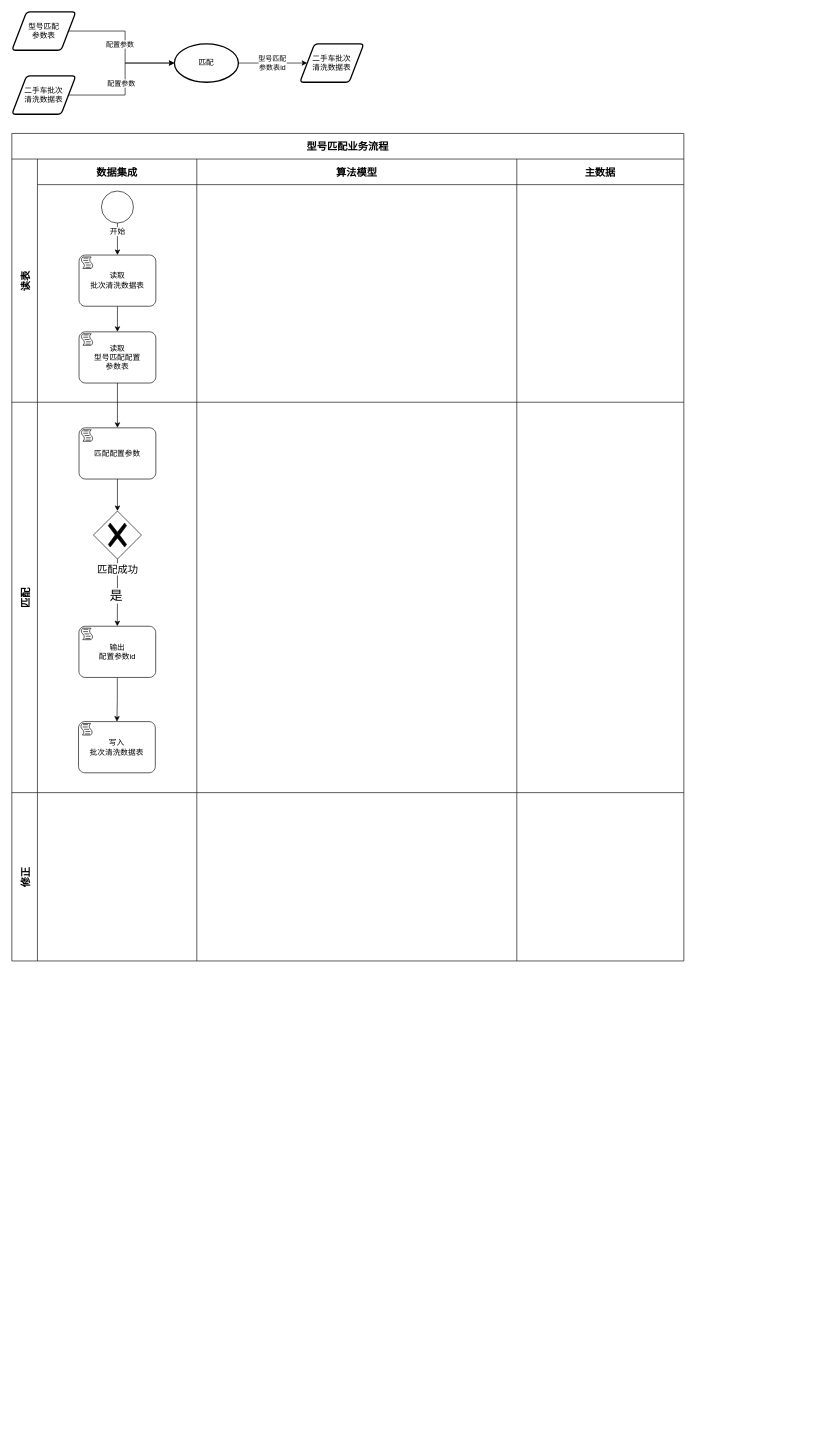
Before: 型号匹配流程优化.drawio in wangzijia122/drawio_repository, a draw.io diagram. Source tidied: cells renumbered, new cells numbered last; positions are measured from the earlier drawing's top-left corner, leaving out a move shared by most shapes. Both pictures are drawn from the tidied source at 64%, with x=0, y=0 at pixel (12, 12).
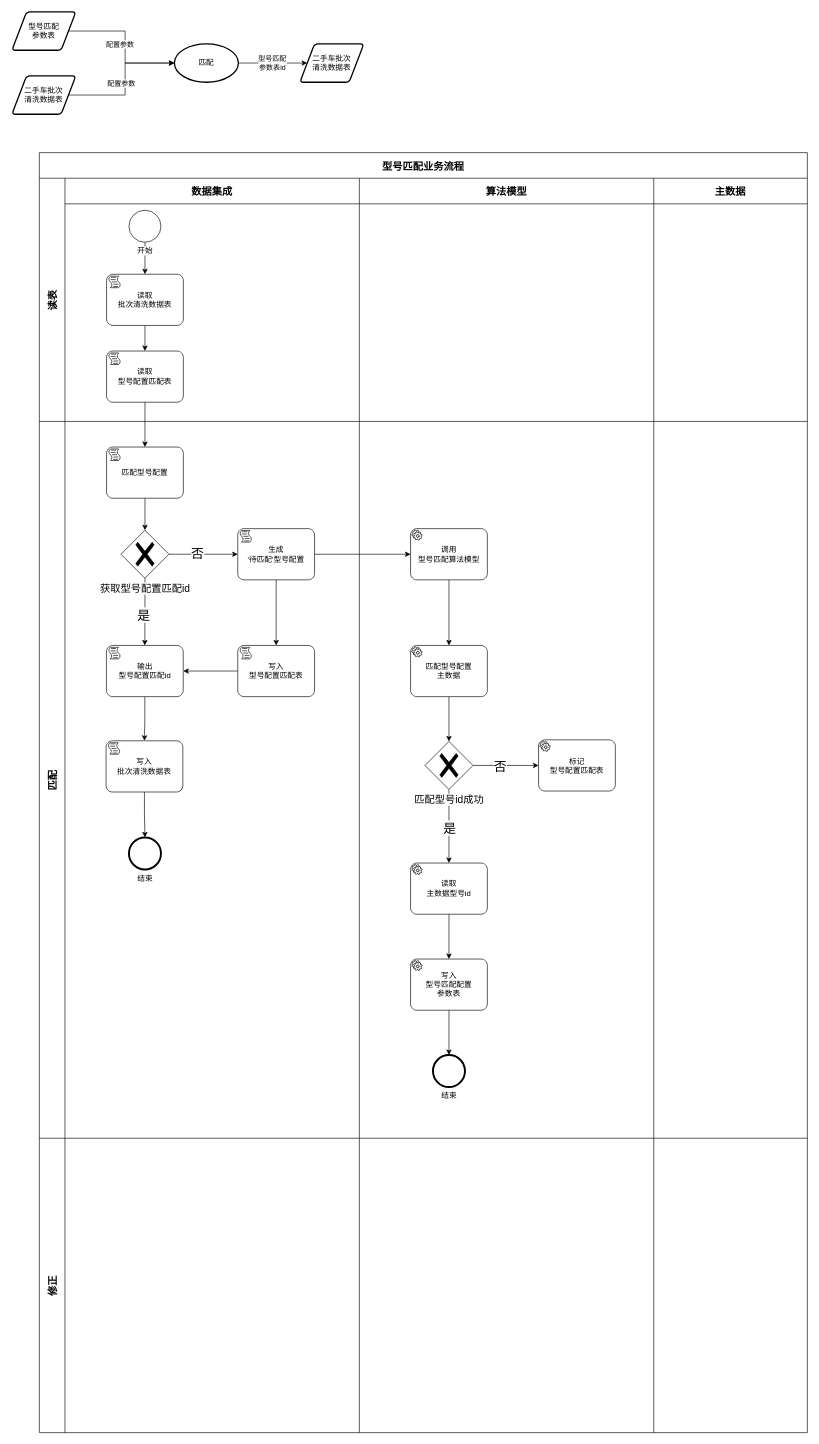
After the change.

Commit message (it also covers changes not shown here):
更新型号匹配流程优化.drawio

Unchanged cells that the change refers to:
```xml
<mxCell id="34" value="写入&lt;br&gt;批次清洗数据表" style="points=[[0.25,0,0],[0.5,0,0],[0.75,0,0],[1,0.25,0],[1,0.5,0],[1,0.75,0],[0.75,1,0],[0.5,1,0],[0.25,1,0],[0,0.75,0],[0,0.5,0],[0,0.25,0]];shape=mxgraph.bpmn.task;whiteSpace=wrap;rectStyle=rounded;size=10;html=1;taskMarker=script;" parent="23" vertex="1">
  <mxGeometry x="64.2" y="499" width="120" height="80" as="geometry" />
</mxCell>
```

What changed in the source:
```diff
@@
     <mxCell id="12" value="型号匹配业务流程" style="shape=table;childLayout=tableLayout;startSize=40;fontSize=16;fontStyle=1;" parent="1" vertex="1">
-      <mxGeometry y="190" width="1050" height="1293" as="geometry" />
+      <mxGeometry x="43" y="220" width="1200" height="2000" as="geometry" />
     </mxCell>
     <mxCell id="13" value="读表" style="shape=tableRow;horizontal=0;swimlaneHead=0;swimlaneBody=0;top=0;left=0;strokeColor=inherit;bottom=0;right=0;fontStyle=1;fillColor=none;startSize=40;fontSize=16;" parent="12" vertex="1">
-      <mxGeometry y="40" width="1050" height="380" as="geometry" />
+      <mxGeometry y="40" width="1200" height="380" as="geometry" />
     </mxCell>
     <mxCell id="14" value="数据集成" style="swimlane;swimlaneHead=0;swimlaneBody=0;fontStyle=1;strokeColor=inherit;fillColor=none;startSize=40;fontSize=16;" parent="13" vertex="1">
-      <mxGeometry x="40" width="249" height="380" as="geometry" />
+      <mxGeometry x="40" width="460" height="380" as="geometry" />
     </mxCell>
@@
-    <mxCell id="19" value="读取&lt;br&gt;型号匹配配置&lt;br&gt;参数表" style="points=[[0.25,0,0],[0.5,0,0],[0.75,0,0],[1,0.25,0],[1,0.5,0],[1,0.75,0],[0.75,1,0],[0.5,1,0],[0.25,1,0],[0,0.75,0],[0,0.5,0],[0,0.25,0]];shape=mxgraph.bpmn.task;whiteSpace=wrap;rectStyle=rounded;size=10;html=1;taskMarker=script;" parent="14" vertex="1">
+    <mxCell id="19" value="读取&lt;br&gt;型号配置匹配表" style="points=[[0.25,0,0],[0.5,0,0],[0.75,0,0],[1,0.25,0],[1,0.5,0],[1,0.75,0],[0.75,1,0],[0.5,1,0],[0.25,1,0],[0,0.75,0],[0,0.5,0],[0,0.25,0]];shape=mxgraph.bpmn.task;whiteSpace=wrap;rectStyle=rounded;size=10;html=1;taskMarker=script;" parent="14" vertex="1">
       <mxGeometry x="65" y="270" width="120" height="80" as="geometry" />
     </mxCell>
     <mxCell id="20" value="算法模型" style="swimlane;swimlaneHead=0;swimlaneBody=0;fontStyle=1;strokeColor=inherit;fillColor=none;startSize=40;fontSize=16;" parent="13" vertex="1">
-      <mxGeometry x="289" width="500" height="380" as="geometry" />
+      <mxGeometry x="500" width="460" height="380" as="geometry" />
     </mxCell>
     <mxCell id="21" value="主数据" style="swimlane;swimlaneHead=0;swimlaneBody=0;fontStyle=1;strokeColor=inherit;fillColor=none;startSize=40;fontSize=16;" parent="13" vertex="1">
-      <mxGeometry x="789" width="261" height="380" as="geometry" />
+      <mxGeometry x="960" width="240" height="380" as="geometry" />
     </mxCell>
     <mxCell id="22" value="匹配" style="shape=tableRow;horizontal=0;swimlaneHead=0;swimlaneBody=0;top=0;left=0;strokeColor=inherit;bottom=0;right=0;fontStyle=1;fillColor=none;startSize=40;fontSize=16;" parent="12" vertex="1">
-      <mxGeometry y="420" width="1050" height="610" as="geometry" />
+      <mxGeometry y="420" width="1200" height="1120" as="geometry" />
     </mxCell>
     <mxCell id="23" style="swimlane;swimlaneHead=0;swimlaneBody=0;fontStyle=1;strokeColor=inherit;fillColor=none;startSize=0;fontSize=16;" parent="22" vertex="1">
-      <mxGeometry x="40" width="249" height="610" as="geometry" />
+      <mxGeometry x="40" width="460" height="1120" as="geometry" />
     </mxCell>
@@
-    <mxCell id="25" value="匹配配置参数" style="points=[[0.25,0,0],[0.5,0,0],[0.75,0,0],[1,0.25,0],[1,0.5,0],[1,0.75,0],[0.75,1,0],[0.5,1,0],[0.25,1,0],[0,0.75,0],[0,0.5,0],[0,0.25,0]];shape=mxgraph.bpmn.task;whiteSpace=wrap;rectStyle=rounded;size=10;html=1;taskMarker=script;" parent="23" vertex="1">
+    <mxCell id="25" value="匹配型号配置" style="points=[[0.25,0,0],[0.5,0,0],[0.75,0,0],[1,0.25,0],[1,0.5,0],[1,0.75,0],[0.75,1,0],[0.5,1,0],[0.25,1,0],[0,0.75,0],[0,0.5,0],[0,0.25,0]];shape=mxgraph.bpmn.task;whiteSpace=wrap;rectStyle=rounded;size=10;html=1;taskMarker=script;" parent="23" vertex="1">
       <mxGeometry x="65" y="40" width="120" height="80" as="geometry" />
     </mxCell>
@@
-    <mxCell id="31" value="匹配成功" style="points=[[0.25,0.25,0],[0.5,0,0],[0.75,0.25,0],[1,0.5,0],[0.75,0.75,0],[0.5,1,0],[0.25,0.75,0],[0,0.5,0]];shape=mxgraph.bpmn.gateway2;html=1;verticalLabelPosition=bottom;labelBackgroundColor=#ffffff;verticalAlign=top;align=center;perimeter=rhombusPerimeter;outlineConnect=0;outline=none;symbol=none;gwType=exclusive;fontSize=16;" parent="23" vertex="1">
+    <mxCell id="31" value="获取型号配置匹配id" style="points=[[0.25,0.25,0],[0.5,0,0],[0.75,0.25,0],[1,0.5,0],[0.75,0.75,0],[0.5,1,0],[0.25,0.75,0],[0,0.5,0]];shape=mxgraph.bpmn.gateway2;html=1;verticalLabelPosition=bottom;labelBackgroundColor=#ffffff;verticalAlign=top;align=center;perimeter=rhombusPerimeter;outlineConnect=0;outline=none;symbol=none;gwType=exclusive;fontSize=16;" parent="23" vertex="1">
       <mxGeometry x="87.5" y="170" width="75" height="75" as="geometry" />
     </mxCell>
@@
-    <mxCell id="33" value="输出&lt;br&gt;配置参数id" style="points=[[0.25,0,0],[0.5,0,0],[0.75,0,0],[1,0.25,0],[1,0.5,0],[1,0.75,0],[0.75,1,0],[0.5,1,0],[0.25,1,0],[0,0.75,0],[0,0.5,0],[0,0.25,0]];shape=mxgraph.bpmn.task;whiteSpace=wrap;rectStyle=rounded;size=10;html=1;taskMarker=script;" parent="23" vertex="1">
+    <mxCell id="33" value="输出&lt;br&gt;型号配置匹配id" style="points=[[0.25,0,0],[0.5,0,0],[0.75,0,0],[1,0.25,0],[1,0.5,0],[1,0.75,0],[0.75,1,0],[0.5,1,0],[0.25,1,0],[0,0.75,0],[0,0.5,0],[0,0.25,0]];shape=mxgraph.bpmn.task;whiteSpace=wrap;rectStyle=rounded;size=10;html=1;taskMarker=script;" parent="23" vertex="1">
       <mxGeometry x="64.8" y="350" width="120" height="80" as="geometry" />
     </mxCell>
+    <mxCell id="42" style="edgeStyle=orthogonalEdgeStyle;rounded=0;jettySize=auto;html=1;exitX=0.5;exitY=1;exitDx=0;exitDy=0;exitPerimeter=0;" parent="23" edge="1" source="34" target="43">
+      <mxGeometry relative="1" as="geometry" />
+    </mxCell>
@@
+    <mxCell id="43" value="结束" style="points=[[0.145,0.145,0],[0.5,0,0],[0.855,0.145,0],[1,0.5,0],[0.855,0.855,0],[0.5,1,0],[0.145,0.855,0],[0,0.5,0]];shape=mxgraph.bpmn.event;html=1;verticalLabelPosition=bottom;labelBackgroundColor=#ffffff;verticalAlign=top;align=center;perimeter=ellipsePerimeter;outlineConnect=0;outline=end;symbol=terminate2;" parent="23" vertex="1">
+      <mxGeometry x="100" y="650" width="50" height="50" as="geometry" />
+    </mxCell>
+    <mxCell id="44" style="edgeStyle=orthogonalEdgeStyle;rounded=0;jettySize=auto;html=1;exitX=0.5;exitY=1;exitDx=0;exitDy=0;exitPerimeter=0;" parent="23" edge="1" source="45" target="49">
+      <mxGeometry relative="1" as="geometry" />
+    </mxCell>
+    <mxCell id="45" value="生成&lt;br&gt;'待匹配'型号配置" style="points=[[0.25,0,0],[0.5,0,0],[0.75,0,0],[1,0.25,0],[1,0.5,0],[1,0.75,0],[0.75,1,0],[0.5,1,0],[0.25,1,0],[0,0.75,0],[0,0.5,0],[0,0.25,0]];shape=mxgraph.bpmn.task;whiteSpace=wrap;rectStyle=rounded;size=10;html=1;taskMarker=script;" parent="23" vertex="1">
+      <mxGeometry x="270" y="167.5" width="120" height="80" as="geometry" />
+    </mxCell>
+    <mxCell id="46" style="edgeStyle=orthogonalEdgeStyle;rounded=0;jettySize=auto;html=1;exitX=1;exitY=0.5;exitDx=0;exitDy=0;exitPerimeter=0;entryX=0;entryY=0.5;entryDx=0;entryDy=0;entryPerimeter=0;" parent="23" edge="1" source="31" target="45">
+      <mxGeometry relative="1" as="geometry" />
+    </mxCell>
+    <mxCell id="47" value="否" style="edgeLabel;html=1;align=center;verticalAlign=middle;fontSize=20;" parent="46" vertex="1">
+      <mxGeometry x="-0.19" y="2" relative="1" as="geometry" />
+    </mxCell>
+    <mxCell id="48" style="edgeStyle=orthogonalEdgeStyle;rounded=0;jettySize=auto;html=1;exitX=0;exitY=0.5;exitDx=0;exitDy=0;exitPerimeter=0;" parent="23" edge="1" source="49" target="33">
+      <mxGeometry relative="1" as="geometry" />
+    </mxCell>
+    <mxCell id="49" value="写入&lt;br&gt;型号配置匹配表" style="points=[[0.25,0,0],[0.5,0,0],[0.75,0,0],[1,0.25,0],[1,0.5,0],[1,0.75,0],[0.75,1,0],[0.5,1,0],[0.25,1,0],[0,0.75,0],[0,0.5,0],[0,0.25,0]];shape=mxgraph.bpmn.task;whiteSpace=wrap;rectStyle=rounded;size=10;html=1;taskMarker=script;" parent="23" vertex="1">
+      <mxGeometry x="270" y="350" width="120" height="80" as="geometry" />
+    </mxCell>
     <mxCell id="35" style="swimlane;swimlaneHead=0;swimlaneBody=0;fontStyle=1;strokeColor=inherit;fillColor=none;startSize=0;fontSize=16;" parent="22" vertex="1">
-      <mxGeometry x="289" width="500" height="610" as="geometry" />
+      <mxGeometry x="500" width="460" height="1120" as="geometry" />
     </mxCell>
+    <mxCell id="50" style="edgeStyle=orthogonalEdgeStyle;rounded=0;jettySize=auto;html=1;exitX=0.5;exitY=1;exitDx=0;exitDy=0;exitPerimeter=0;entryX=0.5;entryY=0;entryDx=0;entryDy=0;entryPerimeter=0;" parent="35" edge="1" source="51" target="53">
+      <mxGeometry relative="1" as="geometry" />
+    </mxCell>
+    <mxCell id="51" value="调用&lt;br style=&quot;border-color: var(--border-color);&quot;&gt;型号匹配算法模型" style="points=[[0.25,0,0],[0.5,0,0],[0.75,0,0],[1,0.25,0],[1,0.5,0],[1,0.75,0],[0.75,1,0],[0.5,1,0],[0.25,1,0],[0,0.75,0],[0,0.5,0],[0,0.25,0]];shape=mxgraph.bpmn.task;whiteSpace=wrap;rectStyle=rounded;size=10;html=1;taskMarker=service;" parent="35" vertex="1">
+      <mxGeometry x="80" y="167.5" width="120" height="80" as="geometry" />
+    </mxCell>
+    <mxCell id="52" style="edgeStyle=orthogonalEdgeStyle;rounded=0;jettySize=auto;html=1;exitX=0.5;exitY=1;exitDx=0;exitDy=0;exitPerimeter=0;entryX=0.5;entryY=0;entryDx=0;entryDy=0;entryPerimeter=0;" parent="35" edge="1" source="53" target="58">
+      <mxGeometry relative="1" as="geometry" />
+    </mxCell>
+    <mxCell id="53" value="匹配型号配置&lt;br&gt;主数据" style="points=[[0.25,0,0],[0.5,0,0],[0.75,0,0],[1,0.25,0],[1,0.5,0],[1,0.75,0],[0.75,1,0],[0.5,1,0],[0.25,1,0],[0,0.75,0],[0,0.5,0],[0,0.25,0]];shape=mxgraph.bpmn.task;whiteSpace=wrap;rectStyle=rounded;size=10;html=1;taskMarker=service;" parent="35" vertex="1">
+      <mxGeometry x="80" y="350" width="120" height="80" as="geometry" />
+    </mxCell>
+    <mxCell id="54" style="edgeStyle=orthogonalEdgeStyle;rounded=0;jettySize=auto;html=1;exitX=0.5;exitY=1;exitDx=0;exitDy=0;exitPerimeter=0;entryX=0.5;entryY=0;entryDx=0;entryDy=0;entryPerimeter=0;" parent="35" edge="1" source="58" target="60">
+      <mxGeometry relative="1" as="geometry" />
+    </mxCell>
+    <mxCell id="55" value="是" style="edgeLabel;html=1;align=center;verticalAlign=middle;fontSize=20;" parent="54" vertex="1">
+      <mxGeometry x="0.2" y="1" relative="1" as="geometry">
+        <mxPoint x="-1" y="-10" as="offset" />
+      </mxGeometry>
+    </mxCell>
+    <mxCell id="56" style="edgeStyle=orthogonalEdgeStyle;rounded=0;jettySize=auto;html=1;exitX=1;exitY=0.5;exitDx=0;exitDy=0;exitPerimeter=0;entryX=0;entryY=0.5;entryDx=0;entryDy=0;entryPerimeter=0;" parent="35" edge="1" source="58" target="64">
+      <mxGeometry relative="1" as="geometry" />
+    </mxCell>
+    <mxCell id="57" value="否" style="edgeLabel;html=1;align=center;verticalAlign=middle;fontSize=20;" parent="56" vertex="1">
+      <mxGeometry x="-0.18" y="-1" relative="1" as="geometry" />
+    </mxCell>
+    <mxCell id="58" value="匹配型号id成功" style="points=[[0.25,0.25,0],[0.5,0,0],[0.75,0.25,0],[1,0.5,0],[0.75,0.75,0],[0.5,1,0],[0.25,0.75,0],[0,0.5,0]];shape=mxgraph.bpmn.gateway2;html=1;verticalLabelPosition=bottom;labelBackgroundColor=#ffffff;verticalAlign=top;align=center;perimeter=rhombusPerimeter;outlineConnect=0;outline=none;symbol=none;gwType=exclusive;fontSize=16;" parent="35" vertex="1">
+      <mxGeometry x="102.5" y="500" width="75" height="75" as="geometry" />
+    </mxCell>
+    <mxCell id="59" style="edgeStyle=orthogonalEdgeStyle;rounded=0;jettySize=auto;html=1;exitX=0.5;exitY=1;exitDx=0;exitDy=0;exitPerimeter=0;entryX=0.5;entryY=0;entryDx=0;entryDy=0;entryPerimeter=0;" parent="35" edge="1" source="60" target="62">
+      <mxGeometry relative="1" as="geometry" />
+    </mxCell>
+    <mxCell id="60" value="读取&lt;br&gt;主数据型号id" style="points=[[0.25,0,0],[0.5,0,0],[0.75,0,0],[1,0.25,0],[1,0.5,0],[1,0.75,0],[0.75,1,0],[0.5,1,0],[0.25,1,0],[0,0.75,0],[0,0.5,0],[0,0.25,0]];shape=mxgraph.bpmn.task;whiteSpace=wrap;rectStyle=rounded;size=10;html=1;taskMarker=service;" parent="35" vertex="1">
+      <mxGeometry x="80" y="690" width="120" height="80" as="geometry" />
+    </mxCell>
+    <mxCell id="61" style="edgeStyle=orthogonalEdgeStyle;rounded=0;jettySize=auto;html=1;exitX=0.5;exitY=1;exitDx=0;exitDy=0;exitPerimeter=0;entryX=0.5;entryY=0;entryDx=0;entryDy=0;entryPerimeter=0;" parent="35" edge="1" source="62" target="63">
+      <mxGeometry relative="1" as="geometry" />
+    </mxCell>
+    <mxCell id="62" value="写入&lt;br style=&quot;border-color: var(--border-color);&quot;&gt;型号匹配配置&lt;br style=&quot;border-color: var(--border-color);&quot;&gt;参数表" style="points=[[0.25,0,0],[0.5,0,0],[0.75,0,0],[1,0.25,0],[1,0.5,0],[1,0.75,0],[0.75,1,0],[0.5,1,0],[0.25,1,0],[0,0.75,0],[0,0.5,0],[0,0.25,0]];shape=mxgraph.bpmn.task;whiteSpace=wrap;rectStyle=rounded;size=10;html=1;taskMarker=service;" parent="35" vertex="1">
+      <mxGeometry x="80" y="840" width="120" height="80" as="geometry" />
+    </mxCell>
+    <mxCell id="63" value="结束" style="points=[[0.145,0.145,0],[0.5,0,0],[0.855,0.145,0],[1,0.5,0],[0.855,0.855,0],[0.5,1,0],[0.145,0.855,0],[0,0.5,0]];shape=mxgraph.bpmn.event;html=1;verticalLabelPosition=bottom;labelBackgroundColor=#ffffff;verticalAlign=top;align=center;perimeter=ellipsePerimeter;outlineConnect=0;outline=end;symbol=terminate2;" parent="35" vertex="1">
+      <mxGeometry x="115" y="990" width="50" height="50" as="geometry" />
+    </mxCell>
+    <mxCell id="64" value="标记&lt;br&gt;型号配置匹配表" style="points=[[0.25,0,0],[0.5,0,0],[0.75,0,0],[1,0.25,0],[1,0.5,0],[1,0.75,0],[0.75,1,0],[0.5,1,0],[0.25,1,0],[0,0.75,0],[0,0.5,0],[0,0.25,0]];shape=mxgraph.bpmn.task;whiteSpace=wrap;rectStyle=rounded;size=10;html=1;taskMarker=service;" parent="35" vertex="1">
+      <mxGeometry x="280" y="497.5" width="120" height="80" as="geometry" />
+    </mxCell>
     <mxCell id="36" style="swimlane;swimlaneHead=0;swimlaneBody=0;fontStyle=1;strokeColor=inherit;fillColor=none;startSize=0;fontSize=16;" parent="22" vertex="1">
-      <mxGeometry x="789" width="261" height="610" as="geometry" />
+      <mxGeometry x="960" width="240" height="1120" as="geometry" />
     </mxCell>
+    <mxCell id="65" style="edgeStyle=orthogonalEdgeStyle;rounded=0;jettySize=auto;html=1;exitX=1;exitY=0.5;exitDx=0;exitDy=0;exitPerimeter=0;entryX=0;entryY=0.5;entryDx=0;entryDy=0;entryPerimeter=0;" parent="22" edge="1" source="45" target="51">
+      <mxGeometry relative="1" as="geometry" />
+    </mxCell>
     <mxCell id="37" value="修正" style="shape=tableRow;horizontal=0;swimlaneHead=0;swimlaneBody=0;top=0;left=0;strokeColor=inherit;bottom=0;right=0;fontStyle=1;fillColor=none;startSize=40;fontSize=16;" parent="12" vertex="1">
-      <mxGeometry y="1030" width="1050" height="263" as="geometry" />
+      <mxGeometry y="1540" width="1200" height="460" as="geometry" />
     </mxCell>
     <mxCell id="38" style="swimlane;swimlaneHead=0;swimlaneBody=0;fontStyle=1;strokeColor=inherit;fillColor=none;startSize=0;fontSize=16;" parent="37" vertex="1">
-      <mxGeometry x="40" width="249" height="263" as="geometry" />
+      <mxGeometry x="40" width="460" height="460" as="geometry" />
     </mxCell>
     <mxCell id="39" style="swimlane;swimlaneHead=0;swimlaneBody=0;fontStyle=1;strokeColor=inherit;fillColor=none;startSize=0;fontSize=16;" parent="37" vertex="1">
-      <mxGeometry x="289" width="500" height="263" as="geometry" />
+      <mxGeometry x="500" width="460" height="460" as="geometry" />
     </mxCell>
     <mxCell id="40" style="swimlane;swimlaneHead=0;swimlaneBody=0;fontStyle=1;strokeColor=inherit;fillColor=none;startSize=0;fontSize=16;" parent="37" vertex="1">
-      <mxGeometry x="789" width="261" height="263" as="geometry" />
+      <mxGeometry x="960" width="240" height="460" as="geometry" />
     </mxCell>
```
